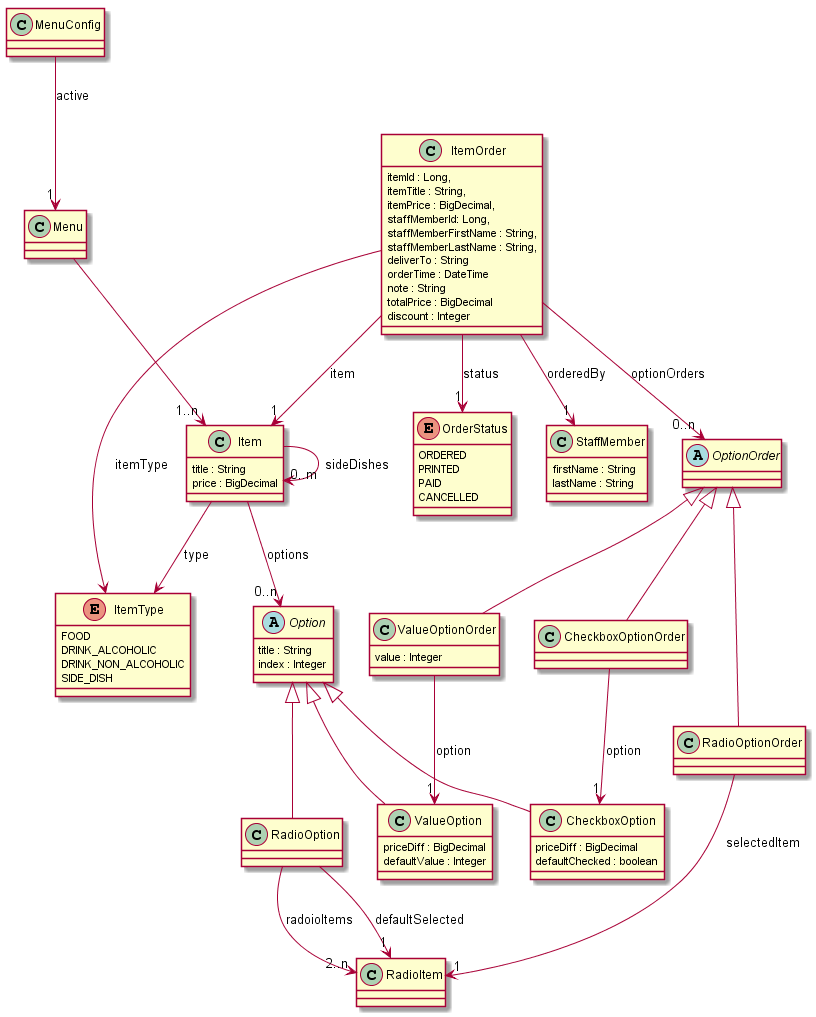
Earlier version of the PlantUML export images/domain-model.png (clboettcher/bonappetit).
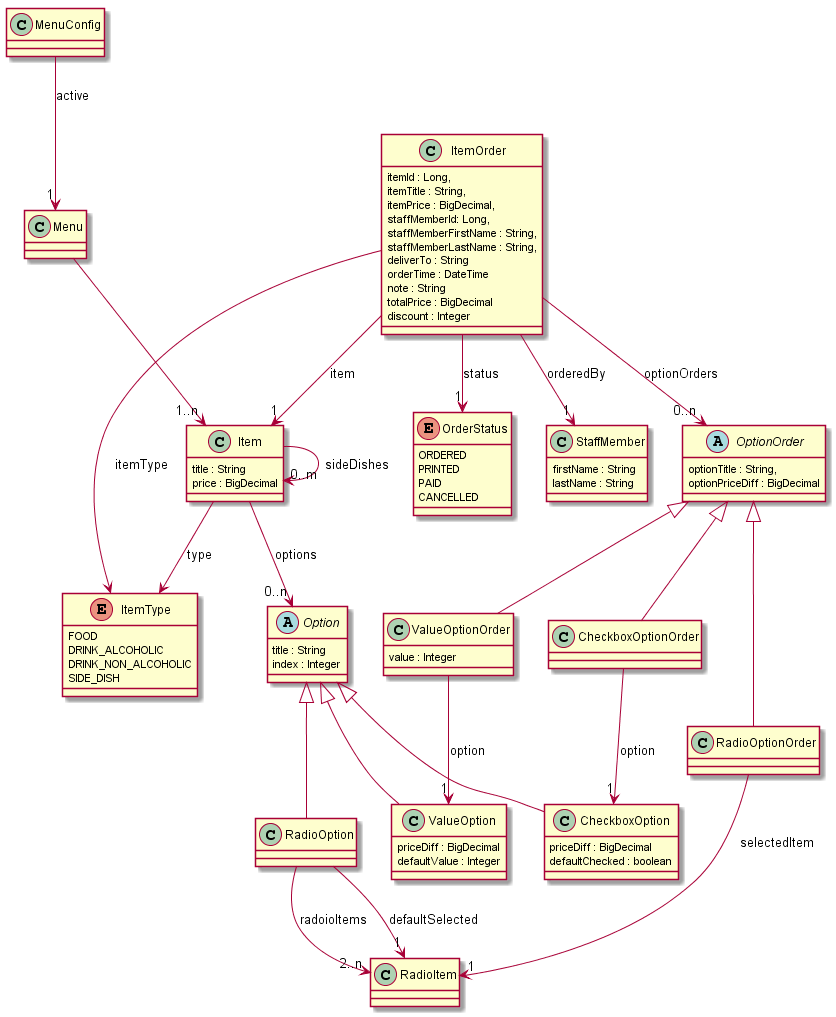
After the commit.

Commit message:
Updated domain model with new option order properties

The edit, as a diff of the source:
```diff
@@ -40,7 +40,11 @@
     discount : Integer
 }
 
-abstract class  OptionOrder
+abstract class  OptionOrder {
+    optionTitle : String,
+    optionPriceDiff : BigDecimal
+}
+
 class ValueOptionOrder {
     value : Integer
 }
```
